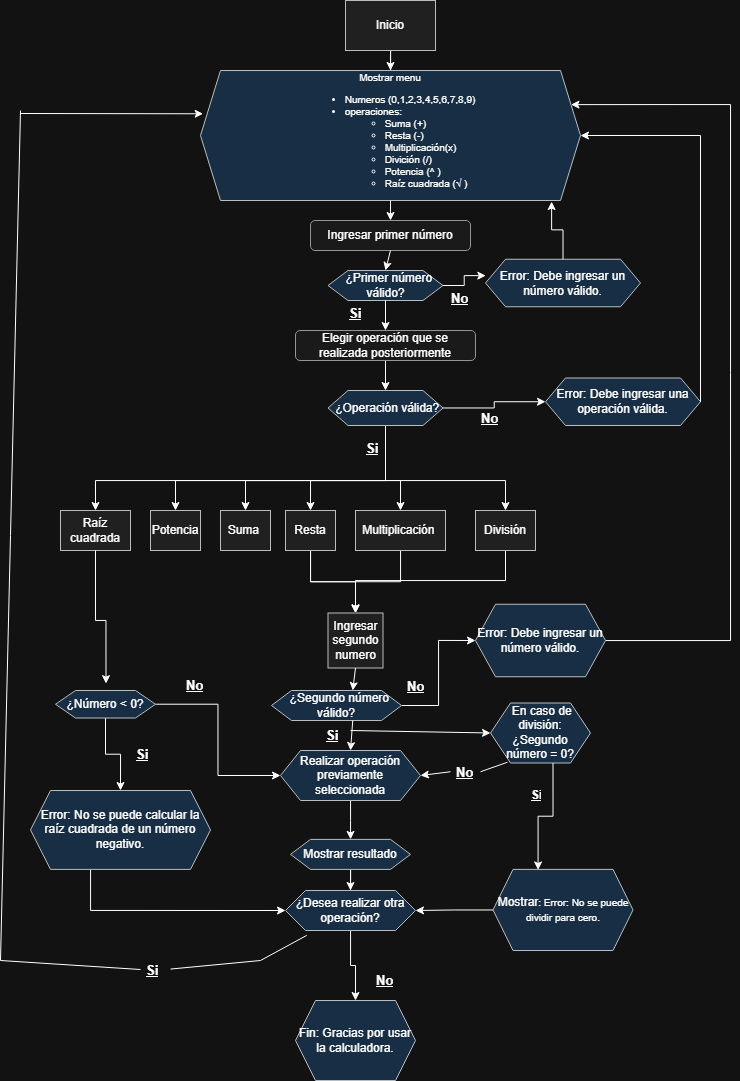
Earlier version of the draw.io export Diagramas/Diagrama de flujo actualizado parte 2.drawio (1).png (andrecevallos749-pixel/Calculadora-python). Source tidied: cells renumbered, new cells last; positions are measured from the earlier drawing's top-left corner, leaving out a move shared by most shapes.
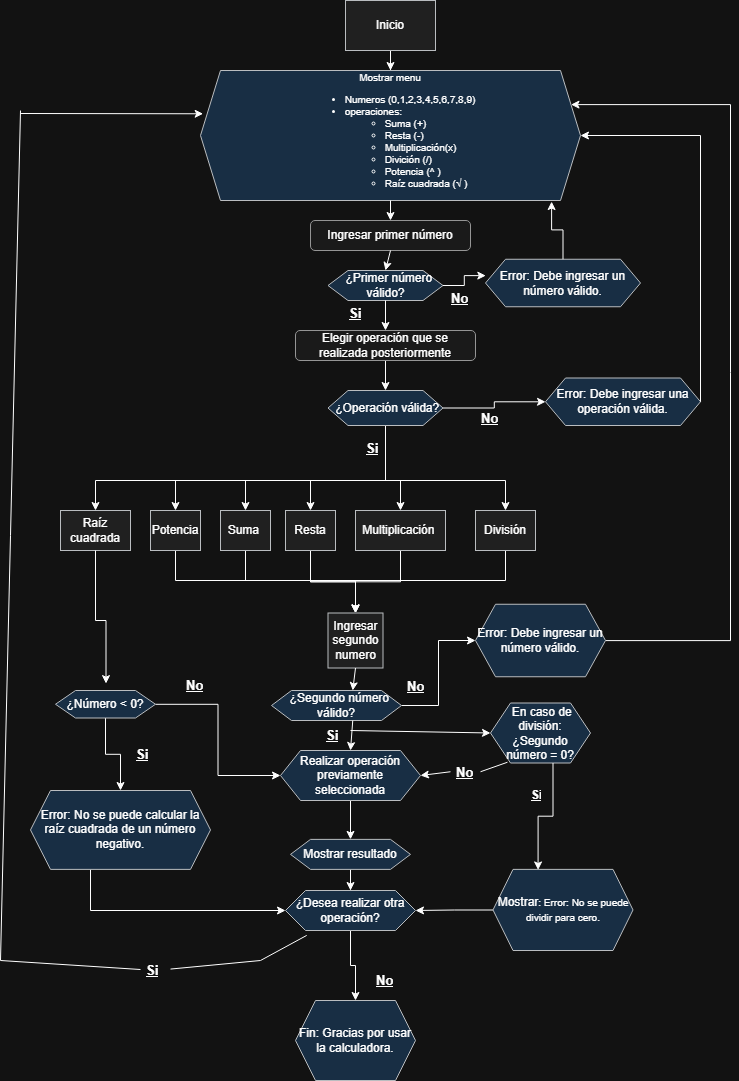
After the commit.

Commit message:
correcion de diagrama de flujo linea mal

The edit, as a diff of the source:
```diff
@@ -20,6 +20,14 @@
     <mxCell id="7" style="edgeStyle=orthogonalEdgeStyle;rounded=0;jettySize=auto;html=1;entryX=0.5;entryY=0;entryDx=0;entryDy=0;" parent="1" edge="1" source="22" target="13">
       <mxGeometry relative="1" as="geometry" />
     </mxCell>
+    <mxCell id="79" style="edgeStyle=orthogonalEdgeStyle;rounded=0;jettySize=auto;html=1;" parent="1" edge="1" source="8" target="13">
+      <mxGeometry relative="1" as="geometry">
+        <Array as="points">
+          <mxPoint x="245" y="580" />
+          <mxPoint x="355" y="580" />
+        </Array>
+      </mxGeometry>
+    </mxCell>
     <mxCell id="8" value="Suma&amp;nbsp;" style="whiteSpace=wrap;html=1;fillColor=#eeeeee;strokeColor=#36393d;" parent="1" vertex="1">
       <mxGeometry x="220" y="510" width="50" height="40" as="geometry" />
     </mxCell>
@@ -185,6 +193,14 @@
     <mxCell id="49" value="No" style="text;strokeColor=none;fillColor=none;align=left;verticalAlign=middle;spacingLeft=4;spacingRight=4;overflow=hidden;whiteSpace=wrap;html=1;fontSize=13;fontStyle=5;" parent="1" vertex="1">
       <mxGeometry x="475" y="405" width="35" height="25" as="geometry" />
     </mxCell>
+    <mxCell id="80" style="edgeStyle=orthogonalEdgeStyle;rounded=0;jettySize=auto;html=1;entryX=0.5;entryY=0;entryDx=0;entryDy=0;" parent="1" edge="1" source="50" target="13">
+      <mxGeometry relative="1" as="geometry">
+        <Array as="points">
+          <mxPoint x="175" y="580" />
+          <mxPoint x="355" y="580" />
+        </Array>
+      </mxGeometry>
+    </mxCell>
     <mxCell id="50" value="Potencia" style="whiteSpace=wrap;html=1;fillColor=#eeeeee;strokeColor=#36393d;" parent="1" vertex="1">
       <mxGeometry x="150" y="510" width="50" height="40" as="geometry" />
     </mxCell>
```
